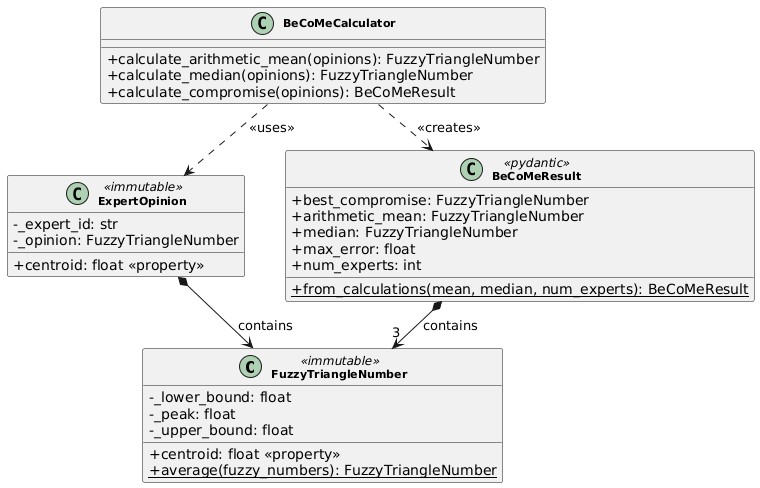
Earlier version of the PlantUML export docs/uml-diagrams/en/diagrams/png/class-diagram.png (caitlon/BeCoMe).
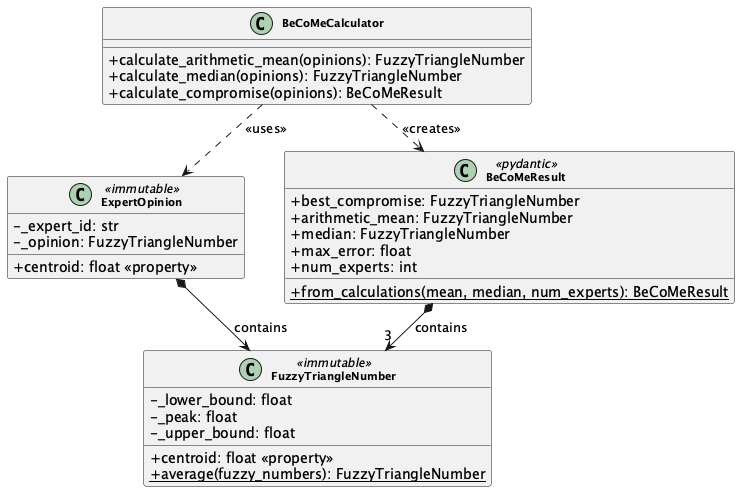
The same file after the commit.

What changed in the source:
```diff
@@ -1,4 +1,5 @@
-@startuml
+@startuml BeCoMe-Class-Diagram
+
 skinparam classAttributeIconSize 0
 skinparam classFontSize 11
 skinparam classFontStyle bold
@@ -47,4 +48,5 @@
 BeCoMeResult *--> "3" FuzzyTriangleNumber : contains
 BeCoMeCalculator ..> ExpertOpinion : <<uses>>
 BeCoMeCalculator ..> BeCoMeResult : <<creates>>
+
 @enduml
```
